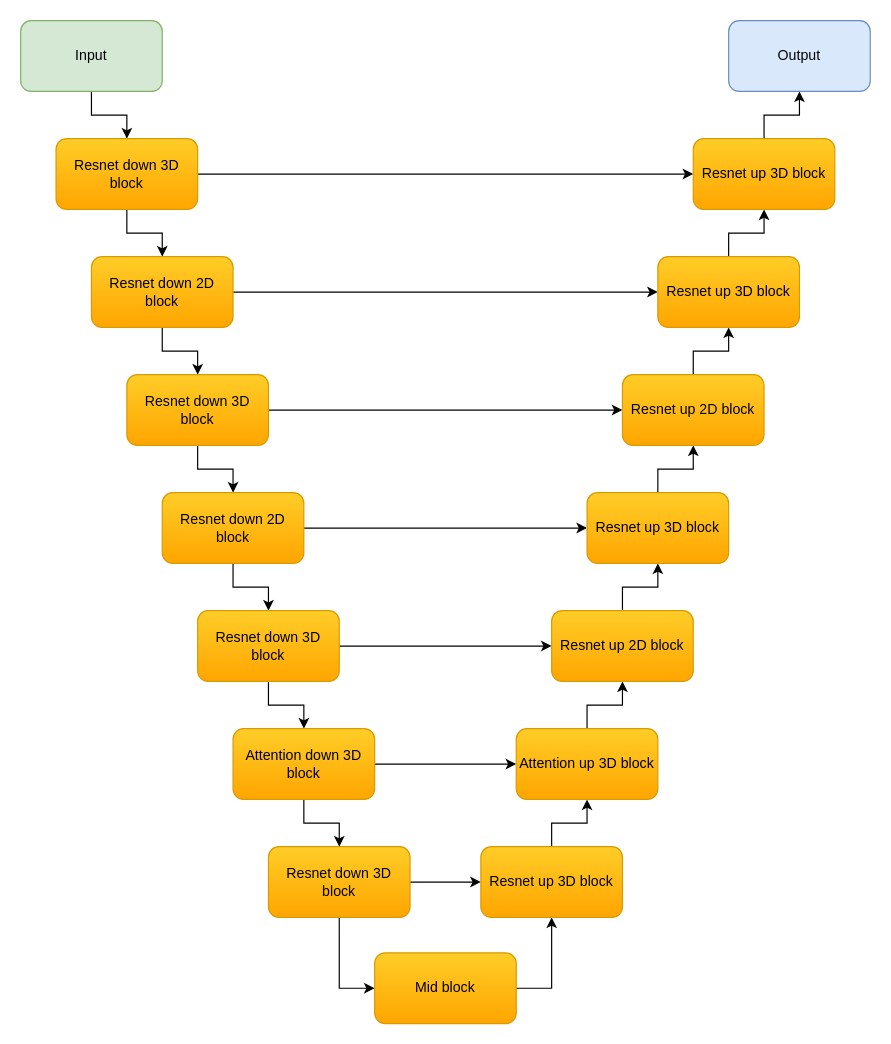
Earlier version of the draw.io diagram pdf/diagrams/ModelGraph.drawio (kaamka/diffusion-ct). Source tidied: cells renumbered, new cells numbered last; positions are measured from the earlier drawing's top-left corner, leaving out a move shared by most shapes. Both pictures are drawn from the tidied source at 118%, with x=0, y=0 at pixel (20, 20).
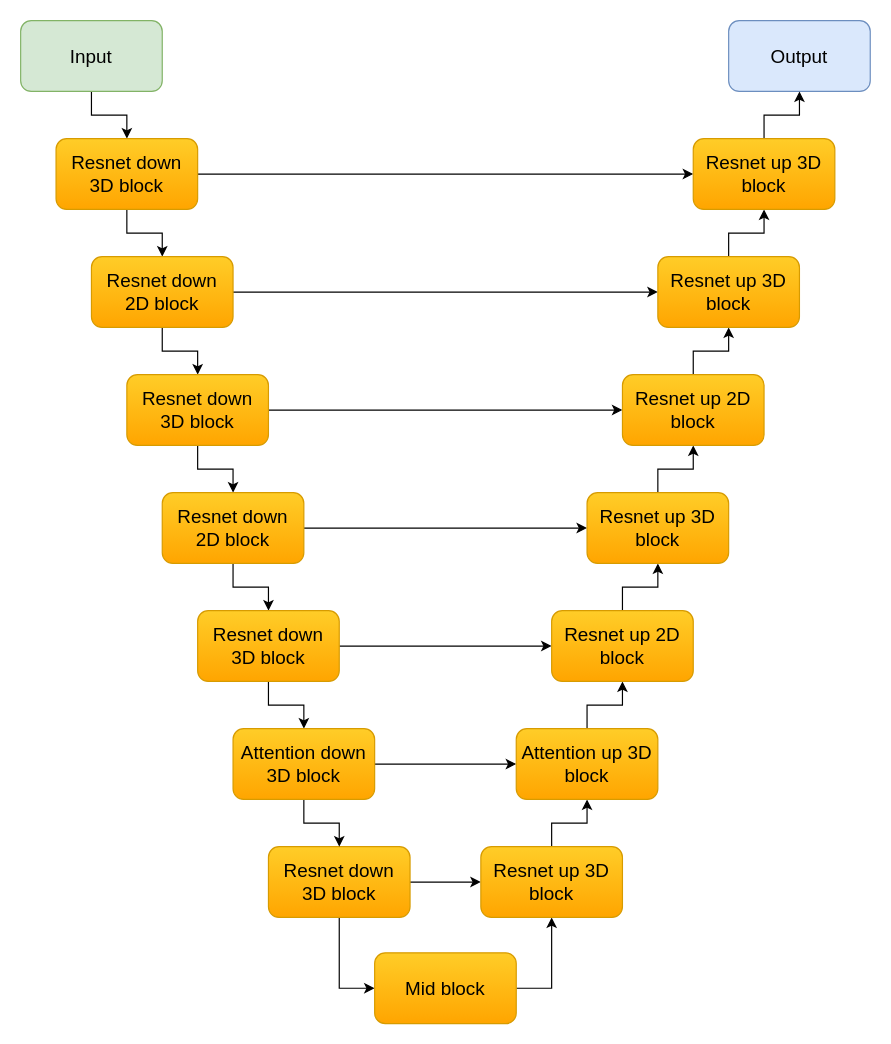
After the change.

What changed in the source:
```diff
@@
-    <mxCell id="2" style="edgeStyle=orthogonalEdgeStyle;rounded=0;jettySize=auto;html=1;exitX=0.5;exitY=1;exitDx=0;exitDy=0;entryX=0.5;entryY=0;entryDx=0;entryDy=0;" parent="1" edge="1" source="3" target="6">
+    <mxCell id="2" style="edgeStyle=orthogonalEdgeStyle;rounded=0;jettySize=auto;html=1;exitX=0.5;exitY=1;exitDx=0;exitDy=0;entryX=0.5;entryY=0;entryDx=0;entryDy=0;fontSize=16;" parent="1" edge="1" source="3" target="6">
       <mxGeometry relative="1" as="geometry" />
     </mxCell>
-    <mxCell id="3" value="Input" style="rounded=1;whiteSpace=wrap;html=1;fillColor=#d5e8d4;strokeColor=#82b366;" parent="1" vertex="1">
+    <mxCell id="3" value="Input" style="rounded=1;whiteSpace=wrap;html=1;fillColor=#d5e8d4;strokeColor=#82b366;fontSize=16;" parent="1" vertex="1">
       <mxGeometry width="120" height="60" as="geometry" />
     </mxCell>
-    <mxCell id="4" style="edgeStyle=orthogonalEdgeStyle;rounded=0;jettySize=auto;html=1;exitX=0.5;exitY=1;exitDx=0;exitDy=0;entryX=0.5;entryY=0;entryDx=0;entryDy=0;" parent="1" edge="1" source="6" target="9">
+    <mxCell id="4" style="edgeStyle=orthogonalEdgeStyle;rounded=0;jettySize=auto;html=1;exitX=0.5;exitY=1;exitDx=0;exitDy=0;entryX=0.5;entryY=0;entryDx=0;entryDy=0;fontSize=16;" parent="1" edge="1" source="6" target="9">
       <mxGeometry relative="1" as="geometry" />
     </mxCell>
-    <mxCell id="5" style="edgeStyle=orthogonalEdgeStyle;rounded=0;jettySize=auto;html=1;exitX=1;exitY=0.5;exitDx=0;exitDy=0;entryX=0;entryY=0.5;entryDx=0;entryDy=0;" parent="1" edge="1" source="6" target="41">
+    <mxCell id="5" style="edgeStyle=orthogonalEdgeStyle;rounded=0;jettySize=auto;html=1;exitX=1;exitY=0.5;exitDx=0;exitDy=0;entryX=0;entryY=0.5;entryDx=0;entryDy=0;fontSize=16;" parent="1" edge="1" source="6" target="41">
       <mxGeometry relative="1" as="geometry" />
     </mxCell>
-    <mxCell id="6" value="Resnet down 3D block" style="rounded=1;whiteSpace=wrap;html=1;fillColor=#ffcd28;strokeColor=#d79b00;gradientColor=#ffa500;" parent="1" vertex="1">
+    <mxCell id="6" value="Resnet down 3D block" style="rounded=1;whiteSpace=wrap;html=1;fillColor=#ffcd28;strokeColor=#d79b00;gradientColor=#ffa500;fontSize=16;" parent="1" vertex="1">
       <mxGeometry x="30" y="100" width="120" height="60" as="geometry" />
     </mxCell>
-    <mxCell id="7" style="edgeStyle=orthogonalEdgeStyle;rounded=0;jettySize=auto;html=1;exitX=0.5;exitY=1;exitDx=0;exitDy=0;entryX=0.5;entryY=0;entryDx=0;entryDy=0;" parent="1" edge="1" source="9" target="13">
+    <mxCell id="7" style="edgeStyle=orthogonalEdgeStyle;rounded=0;jettySize=auto;html=1;exitX=0.5;exitY=1;exitDx=0;exitDy=0;entryX=0.5;entryY=0;entryDx=0;entryDy=0;fontSize=16;" parent="1" edge="1" source="9" target="13">
       <mxGeometry relative="1" as="geometry" />
     </mxCell>
-    <mxCell id="8" style="edgeStyle=orthogonalEdgeStyle;rounded=0;jettySize=auto;html=1;exitX=1;exitY=0.5;exitDx=0;exitDy=0;entryX=0;entryY=0.5;entryDx=0;entryDy=0;" parent="1" edge="1" source="9" target="39">
+    <mxCell id="8" style="edgeStyle=orthogonalEdgeStyle;rounded=0;jettySize=auto;html=1;exitX=1;exitY=0.5;exitDx=0;exitDy=0;entryX=0;entryY=0.5;entryDx=0;entryDy=0;fontSize=16;" parent="1" edge="1" source="9" target="39">
       <mxGeometry relative="1" as="geometry" />
     </mxCell>
-    <mxCell id="9" value="Resnet down 2D block" style="rounded=1;whiteSpace=wrap;html=1;fillColor=#ffcd28;strokeColor=#d79b00;gradientColor=#ffa500;" parent="1" vertex="1">
+    <mxCell id="9" value="Resnet down 2D block" style="rounded=1;whiteSpace=wrap;html=1;fillColor=#ffcd28;strokeColor=#d79b00;gradientColor=#ffa500;fontSize=16;" parent="1" vertex="1">
       <mxGeometry x="60" y="200" width="120" height="60" as="geometry" />
     </mxCell>
-    <mxCell id="10" value="Output" style="rounded=1;whiteSpace=wrap;html=1;fillColor=#dae8fc;strokeColor=#6c8ebf;" parent="1" vertex="1">
+    <mxCell id="10" value="Output" style="rounded=1;whiteSpace=wrap;html=1;fillColor=#dae8fc;strokeColor=#6c8ebf;fontSize=16;" parent="1" vertex="1">
       <mxGeometry x="600" width="120" height="60" as="geometry" />
     </mxCell>
-    <mxCell id="11" style="edgeStyle=orthogonalEdgeStyle;rounded=0;jettySize=auto;html=1;exitX=0.5;exitY=1;exitDx=0;exitDy=0;entryX=0.5;entryY=0;entryDx=0;entryDy=0;" parent="1" edge="1" source="13" target="16">
+    <mxCell id="11" style="edgeStyle=orthogonalEdgeStyle;rounded=0;jettySize=auto;html=1;exitX=0.5;exitY=1;exitDx=0;exitDy=0;entryX=0.5;entryY=0;entryDx=0;entryDy=0;fontSize=16;" parent="1" edge="1" source="13" target="16">
       <mxGeometry relative="1" as="geometry" />
     </mxCell>
-    <mxCell id="12" style="edgeStyle=orthogonalEdgeStyle;rounded=0;jettySize=auto;html=1;exitX=1;exitY=0.5;exitDx=0;exitDy=0;entryX=0;entryY=0.5;entryDx=0;entryDy=0;" parent="1" edge="1" source="13" target="37">
+    <mxCell id="12" style="edgeStyle=orthogonalEdgeStyle;rounded=0;jettySize=auto;html=1;exitX=1;exitY=0.5;exitDx=0;exitDy=0;entryX=0;entryY=0.5;entryDx=0;entryDy=0;fontSize=16;" parent="1" edge="1" source="13" target="37">
       <mxGeometry relative="1" as="geometry" />
     </mxCell>
-    <mxCell id="13" value="Resnet down 3D block" style="rounded=1;whiteSpace=wrap;html=1;fillColor=#ffcd28;strokeColor=#d79b00;gradientColor=#ffa500;" parent="1" vertex="1">
+    <mxCell id="13" value="Resnet down 3D block" style="rounded=1;whiteSpace=wrap;html=1;fillColor=#ffcd28;strokeColor=#d79b00;gradientColor=#ffa500;fontSize=16;" parent="1" vertex="1">
       <mxGeometry x="90" y="300" width="120" height="60" as="geometry" />
     </mxCell>
-    <mxCell id="14" style="edgeStyle=orthogonalEdgeStyle;rounded=0;jettySize=auto;html=1;exitX=0.5;exitY=1;exitDx=0;exitDy=0;entryX=0.5;entryY=0;entryDx=0;entryDy=0;" parent="1" edge="1" source="16" target="19">
+    <mxCell id="14" style="edgeStyle=orthogonalEdgeStyle;rounded=0;jettySize=auto;html=1;exitX=0.5;exitY=1;exitDx=0;exitDy=0;entryX=0.5;entryY=0;entryDx=0;entryDy=0;fontSize=16;" parent="1" edge="1" source="16" target="19">
       <mxGeometry relative="1" as="geometry" />
     </mxCell>
-    <mxCell id="15" style="edgeStyle=orthogonalEdgeStyle;rounded=0;jettySize=auto;html=1;exitX=1;exitY=0.5;exitDx=0;exitDy=0;entryX=0;entryY=0.5;entryDx=0;entryDy=0;" parent="1" edge="1" source="16" target="35">
+    <mxCell id="15" style="edgeStyle=orthogonalEdgeStyle;rounded=0;jettySize=auto;html=1;exitX=1;exitY=0.5;exitDx=0;exitDy=0;entryX=0;entryY=0.5;entryDx=0;entryDy=0;fontSize=16;" parent="1" edge="1" source="16" target="35">
       <mxGeometry relative="1" as="geometry" />
     </mxCell>
-    <mxCell id="16" value="Resnet down 2D block" style="rounded=1;whiteSpace=wrap;html=1;fillColor=#ffcd28;strokeColor=#d79b00;gradientColor=#ffa500;" parent="1" vertex="1">
+    <mxCell id="16" value="Resnet down 2D block" style="rounded=1;whiteSpace=wrap;html=1;fillColor=#ffcd28;strokeColor=#d79b00;gradientColor=#ffa500;fontSize=16;" parent="1" vertex="1">
       <mxGeometry x="120" y="400" width="120" height="60" as="geometry" />
     </mxCell>
-    <mxCell id="17" style="edgeStyle=orthogonalEdgeStyle;rounded=0;jettySize=auto;html=1;exitX=0.5;exitY=1;exitDx=0;exitDy=0;entryX=0.5;entryY=0;entryDx=0;entryDy=0;" parent="1" edge="1" source="19" target="25">
+    <mxCell id="17" style="edgeStyle=orthogonalEdgeStyle;rounded=0;jettySize=auto;html=1;exitX=0.5;exitY=1;exitDx=0;exitDy=0;entryX=0.5;entryY=0;entryDx=0;entryDy=0;fontSize=16;" parent="1" edge="1" source="19" target="25">
       <mxGeometry relative="1" as="geometry" />
     </mxCell>
-    <mxCell id="18" style="edgeStyle=orthogonalEdgeStyle;rounded=0;jettySize=auto;html=1;exitX=1;exitY=0.5;exitDx=0;exitDy=0;entryX=0;entryY=0.5;entryDx=0;entryDy=0;" parent="1" edge="1" source="19" target="33">
+    <mxCell id="18" style="edgeStyle=orthogonalEdgeStyle;rounded=0;jettySize=auto;html=1;exitX=1;exitY=0.5;exitDx=0;exitDy=0;entryX=0;entryY=0.5;entryDx=0;entryDy=0;fontSize=16;" parent="1" edge="1" source="19" target="33">
       <mxGeometry relative="1" as="geometry" />
     </mxCell>
-    <mxCell id="19" value="Resnet down 3D block" style="rounded=1;whiteSpace=wrap;html=1;fillColor=#ffcd28;strokeColor=#d79b00;gradientColor=#ffa500;" parent="1" vertex="1">
+    <mxCell id="19" value="Resnet down 3D block" style="rounded=1;whiteSpace=wrap;html=1;fillColor=#ffcd28;strokeColor=#d79b00;gradientColor=#ffa500;fontSize=16;" parent="1" vertex="1">
       <mxGeometry x="150" y="500" width="120" height="60" as="geometry" />
     </mxCell>
-    <mxCell id="20" style="edgeStyle=orthogonalEdgeStyle;rounded=0;jettySize=auto;html=1;exitX=1;exitY=0.5;exitDx=0;exitDy=0;entryX=0;entryY=0.5;entryDx=0;entryDy=0;" parent="1" edge="1" source="22" target="29">
+    <mxCell id="20" style="edgeStyle=orthogonalEdgeStyle;rounded=0;jettySize=auto;html=1;exitX=1;exitY=0.5;exitDx=0;exitDy=0;entryX=0;entryY=0.5;entryDx=0;entryDy=0;fontSize=16;" parent="1" edge="1" source="22" target="29">
       <mxGeometry relative="1" as="geometry" />
     </mxCell>
-    <mxCell id="21" style="edgeStyle=orthogonalEdgeStyle;rounded=0;jettySize=auto;html=1;exitX=0.5;exitY=1;exitDx=0;exitDy=0;entryX=0;entryY=0.5;entryDx=0;entryDy=0;" parent="1" edge="1" source="22" target="27">
+    <mxCell id="21" style="edgeStyle=orthogonalEdgeStyle;rounded=0;jettySize=auto;html=1;exitX=0.5;exitY=1;exitDx=0;exitDy=0;entryX=0;entryY=0.5;entryDx=0;entryDy=0;fontSize=16;" parent="1" edge="1" source="22" target="27">
       <mxGeometry relative="1" as="geometry" />
     </mxCell>
-    <mxCell id="22" value="Resnet down 3D block" style="rounded=1;whiteSpace=wrap;html=1;fillColor=#ffcd28;strokeColor=#d79b00;gradientColor=#ffa500;" parent="1" vertex="1">
+    <mxCell id="22" value="Resnet down 3D block" style="rounded=1;whiteSpace=wrap;html=1;fillColor=#ffcd28;strokeColor=#d79b00;gradientColor=#ffa500;fontSize=16;" parent="1" vertex="1">
       <mxGeometry x="210" y="700" width="120" height="60" as="geometry" />
     </mxCell>
-    <mxCell id="23" style="edgeStyle=orthogonalEdgeStyle;rounded=0;jettySize=auto;html=1;exitX=0.5;exitY=1;exitDx=0;exitDy=0;entryX=0.5;entryY=0;entryDx=0;entryDy=0;" parent="1" edge="1" source="25" target="22">
+    <mxCell id="23" style="edgeStyle=orthogonalEdgeStyle;rounded=0;jettySize=auto;html=1;exitX=0.5;exitY=1;exitDx=0;exitDy=0;entryX=0.5;entryY=0;entryDx=0;entryDy=0;fontSize=16;" parent="1" edge="1" source="25" target="22">
       <mxGeometry relative="1" as="geometry" />
     </mxCell>
-    <mxCell id="24" style="edgeStyle=orthogonalEdgeStyle;rounded=0;jettySize=auto;html=1;exitX=1;exitY=0.5;exitDx=0;exitDy=0;entryX=0;entryY=0.5;entryDx=0;entryDy=0;" parent="1" edge="1" source="25" target="31">
+    <mxCell id="24" style="edgeStyle=orthogonalEdgeStyle;rounded=0;jettySize=auto;html=1;exitX=1;exitY=0.5;exitDx=0;exitDy=0;entryX=0;entryY=0.5;entryDx=0;entryDy=0;fontSize=16;" parent="1" edge="1" source="25" target="31">
       <mxGeometry relative="1" as="geometry" />
     </mxCell>
-    <mxCell id="25" value="Attention down 3D block" style="rounded=1;whiteSpace=wrap;html=1;fillColor=#ffcd28;strokeColor=#d79b00;gradientColor=#ffa500;" parent="1" vertex="1">
+    <mxCell id="25" value="Attention down 3D block" style="rounded=1;whiteSpace=wrap;html=1;fillColor=#ffcd28;strokeColor=#d79b00;gradientColor=#ffa500;fontSize=16;" parent="1" vertex="1">
       <mxGeometry x="180" y="600" width="120" height="60" as="geometry" />
     </mxCell>
-    <mxCell id="26" style="edgeStyle=orthogonalEdgeStyle;rounded=0;jettySize=auto;html=1;exitX=1;exitY=0.5;exitDx=0;exitDy=0;entryX=0.5;entryY=1;entryDx=0;entryDy=0;" parent="1" edge="1" source="27" target="29">
+    <mxCell id="26" style="edgeStyle=orthogonalEdgeStyle;rounded=0;jettySize=auto;html=1;exitX=1;exitY=0.5;exitDx=0;exitDy=0;entryX=0.5;entryY=1;entryDx=0;entryDy=0;fontSize=16;" parent="1" edge="1" source="27" target="29">
       <mxGeometry relative="1" as="geometry" />
     </mxCell>
-    <mxCell id="27" value="Mid block" style="rounded=1;whiteSpace=wrap;html=1;fillColor=#ffcd28;strokeColor=#d79b00;gradientColor=#ffa500;" parent="1" vertex="1">
+    <mxCell id="27" value="Mid block" style="rounded=1;whiteSpace=wrap;html=1;fillColor=#ffcd28;strokeColor=#d79b00;gradientColor=#ffa500;fontSize=16;" parent="1" vertex="1">
       <mxGeometry x="300" y="790" width="120" height="60" as="geometry" />
     </mxCell>
-    <mxCell id="28" style="edgeStyle=orthogonalEdgeStyle;rounded=0;jettySize=auto;html=1;exitX=0.5;exitY=0;exitDx=0;exitDy=0;entryX=0.5;entryY=1;entryDx=0;entryDy=0;" parent="1" edge="1" source="29" target="31">
+    <mxCell id="28" style="edgeStyle=orthogonalEdgeStyle;rounded=0;jettySize=auto;html=1;exitX=0.5;exitY=0;exitDx=0;exitDy=0;entryX=0.5;entryY=1;entryDx=0;entryDy=0;fontSize=16;" parent="1" edge="1" source="29" target="31">
       <mxGeometry relative="1" as="geometry" />
     </mxCell>
-    <mxCell id="29" value="Resnet up 3D block" style="rounded=1;whiteSpace=wrap;html=1;fillColor=#ffcd28;strokeColor=#d79b00;gradientColor=#ffa500;" parent="1" vertex="1">
+    <mxCell id="29" value="Resnet up 3D block" style="rounded=1;whiteSpace=wrap;html=1;fillColor=#ffcd28;strokeColor=#d79b00;gradientColor=#ffa500;fontSize=16;" parent="1" vertex="1">
       <mxGeometry x="390" y="700" width="120" height="60" as="geometry" />
     </mxCell>
-    <mxCell id="30" style="edgeStyle=orthogonalEdgeStyle;rounded=0;jettySize=auto;html=1;exitX=0.5;exitY=0;exitDx=0;exitDy=0;entryX=0.5;entryY=1;entryDx=0;entryDy=0;" parent="1" edge="1" source="31" target="33">
+    <mxCell id="30" style="edgeStyle=orthogonalEdgeStyle;rounded=0;jettySize=auto;html=1;exitX=0.5;exitY=0;exitDx=0;exitDy=0;entryX=0.5;entryY=1;entryDx=0;entryDy=0;fontSize=16;" parent="1" edge="1" source="31" target="33">
       <mxGeometry relative="1" as="geometry" />
     </mxCell>
-    <mxCell id="31" value="Attention up 3D block" style="rounded=1;whiteSpace=wrap;html=1;fillColor=#ffcd28;strokeColor=#d79b00;gradientColor=#ffa500;" parent="1" vertex="1">
+    <mxCell id="31" value="Attention up 3D block" style="rounded=1;whiteSpace=wrap;html=1;fillColor=#ffcd28;strokeColor=#d79b00;gradientColor=#ffa500;fontSize=16;" parent="1" vertex="1">
       <mxGeometry x="420" y="600" width="120" height="60" as="geometry" />
     </mxCell>
-    <mxCell id="32" style="edgeStyle=orthogonalEdgeStyle;rounded=0;jettySize=auto;html=1;exitX=0.5;exitY=0;exitDx=0;exitDy=0;entryX=0.5;entryY=1;entryDx=0;entryDy=0;" parent="1" edge="1" source="33" target="35">
+    <mxCell id="32" style="edgeStyle=orthogonalEdgeStyle;rounded=0;jettySize=auto;html=1;exitX=0.5;exitY=0;exitDx=0;exitDy=0;entryX=0.5;entryY=1;entryDx=0;entryDy=0;fontSize=16;" parent="1" edge="1" source="33" target="35">
       <mxGeometry relative="1" as="geometry" />
     </mxCell>
-    <mxCell id="33" value="Resnet up 2D block" style="rounded=1;whiteSpace=wrap;html=1;fillColor=#ffcd28;strokeColor=#d79b00;gradientColor=#ffa500;" parent="1" vertex="1">
+    <mxCell id="33" value="Resnet up 2D block" style="rounded=1;whiteSpace=wrap;html=1;fillColor=#ffcd28;strokeColor=#d79b00;gradientColor=#ffa500;fontSize=16;" parent="1" vertex="1">
       <mxGeometry x="450" y="500" width="120" height="60" as="geometry" />
     </mxCell>
-    <mxCell id="34" style="edgeStyle=orthogonalEdgeStyle;rounded=0;jettySize=auto;html=1;exitX=0.5;exitY=0;exitDx=0;exitDy=0;entryX=0.5;entryY=1;entryDx=0;entryDy=0;" parent="1" edge="1" source="35" target="37">
+    <mxCell id="34" style="edgeStyle=orthogonalEdgeStyle;rounded=0;jettySize=auto;html=1;exitX=0.5;exitY=0;exitDx=0;exitDy=0;entryX=0.5;entryY=1;entryDx=0;entryDy=0;fontSize=16;" parent="1" edge="1" source="35" target="37">
       <mxGeometry relative="1" as="geometry" />
     </mxCell>
-    <mxCell id="35" value="Resnet up 3D block" style="rounded=1;whiteSpace=wrap;html=1;fillColor=#ffcd28;strokeColor=#d79b00;gradientColor=#ffa500;" parent="1" vertex="1">
+    <mxCell id="35" value="Resnet up 3D block" style="rounded=1;whiteSpace=wrap;html=1;fillColor=#ffcd28;strokeColor=#d79b00;gradientColor=#ffa500;fontSize=16;" parent="1" vertex="1">
       <mxGeometry x="480" y="400" width="120" height="60" as="geometry" />
     </mxCell>
-    <mxCell id="36" style="edgeStyle=orthogonalEdgeStyle;rounded=0;jettySize=auto;html=1;exitX=0.5;exitY=0;exitDx=0;exitDy=0;entryX=0.5;entryY=1;entryDx=0;entryDy=0;" parent="1" edge="1" source="37" target="39">
+    <mxCell id="36" style="edgeStyle=orthogonalEdgeStyle;rounded=0;jettySize=auto;html=1;exitX=0.5;exitY=0;exitDx=0;exitDy=0;entryX=0.5;entryY=1;entryDx=0;entryDy=0;fontSize=16;" parent="1" edge="1" source="37" target="39">
       <mxGeometry relative="1" as="geometry" />
     </mxCell>
-    <mxCell id="37" value="Resnet up 2D block" style="rounded=1;whiteSpace=wrap;html=1;fillColor=#ffcd28;strokeColor=#d79b00;gradientColor=#ffa500;" parent="1" vertex="1">
+    <mxCell id="37" value="Resnet up 2D block" style="rounded=1;whiteSpace=wrap;html=1;fillColor=#ffcd28;strokeColor=#d79b00;gradientColor=#ffa500;fontSize=16;" parent="1" vertex="1">
       <mxGeometry x="510" y="300" width="120" height="60" as="geometry" />
     </mxCell>
-    <mxCell id="38" style="edgeStyle=orthogonalEdgeStyle;rounded=0;jettySize=auto;html=1;exitX=0.5;exitY=0;exitDx=0;exitDy=0;entryX=0.5;entryY=1;entryDx=0;entryDy=0;" parent="1" edge="1" source="39" target="41">
+    <mxCell id="38" style="edgeStyle=orthogonalEdgeStyle;rounded=0;jettySize=auto;html=1;exitX=0.5;exitY=0;exitDx=0;exitDy=0;entryX=0.5;entryY=1;entryDx=0;entryDy=0;fontSize=16;" parent="1" edge="1" source="39" target="41">
       <mxGeometry relative="1" as="geometry" />
     </mxCell>
-    <mxCell id="39" value="Resnet up 3D block" style="rounded=1;whiteSpace=wrap;html=1;fillColor=#ffcd28;strokeColor=#d79b00;gradientColor=#ffa500;" parent="1" vertex="1">
+    <mxCell id="39" value="Resnet up 3D block" style="rounded=1;whiteSpace=wrap;html=1;fillColor=#ffcd28;strokeColor=#d79b00;gradientColor=#ffa500;fontSize=16;" parent="1" vertex="1">
       <mxGeometry x="540" y="200" width="120" height="60" as="geometry" />
     </mxCell>
-    <mxCell id="40" style="edgeStyle=orthogonalEdgeStyle;rounded=0;jettySize=auto;html=1;exitX=0.5;exitY=0;exitDx=0;exitDy=0;entryX=0.5;entryY=1;entryDx=0;entryDy=0;" parent="1" edge="1" source="41" target="10">
+    <mxCell id="40" style="edgeStyle=orthogonalEdgeStyle;rounded=0;jettySize=auto;html=1;exitX=0.5;exitY=0;exitDx=0;exitDy=0;entryX=0.5;entryY=1;entryDx=0;entryDy=0;fontSize=16;" parent="1" edge="1" source="41" target="10">
       <mxGeometry relative="1" as="geometry" />
     </mxCell>
-    <mxCell id="41" value="Resnet up 3D block" style="rounded=1;whiteSpace=wrap;html=1;fillColor=#ffcd28;strokeColor=#d79b00;gradientColor=#ffa500;" parent="1" vertex="1">
+    <mxCell id="41" value="Resnet up 3D block" style="rounded=1;whiteSpace=wrap;html=1;fillColor=#ffcd28;strokeColor=#d79b00;gradientColor=#ffa500;fontSize=16;" parent="1" vertex="1">
       <mxGeometry x="570" y="100" width="120" height="60" as="geometry" />
     </mxCell>
```
